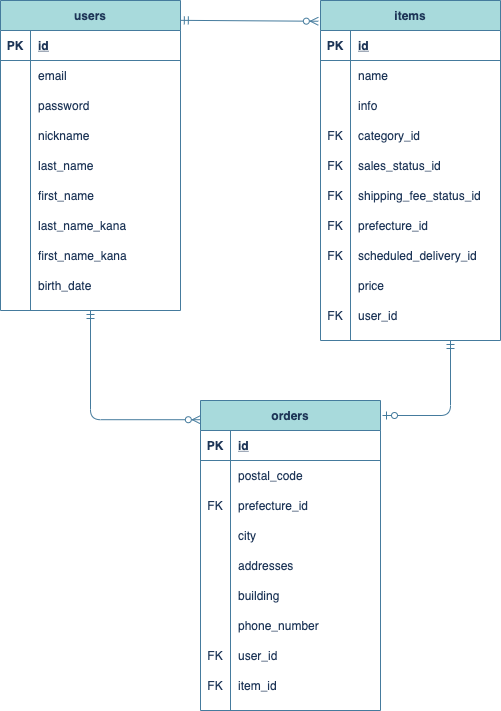
Earlier version of the draw.io export ER.png (tc-miyatani/furima-36213). Source tidied: cells renumbered, new cells last; positions are measured from the earlier drawing's top-left corner, leaving out a move shared by most shapes.
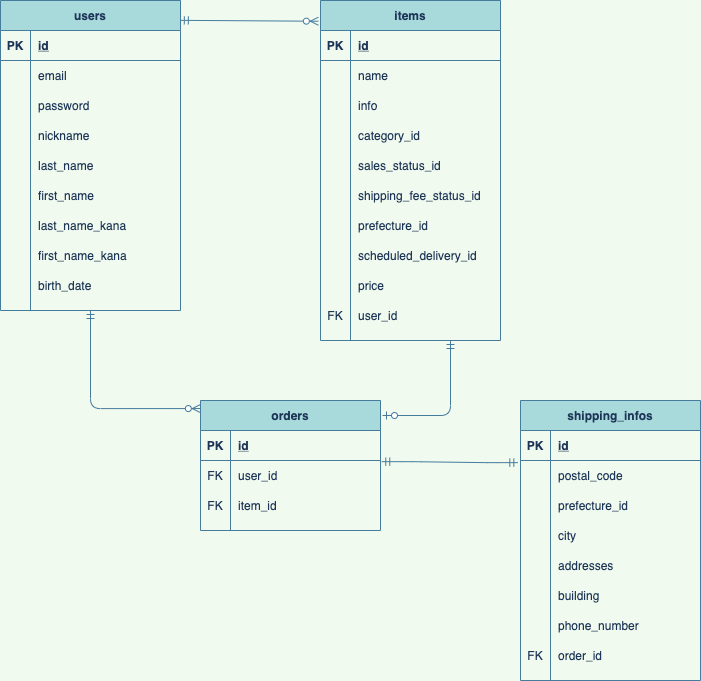
After the change.

Change to the diagram source:
```diff
@@ -1,4 +1,4 @@
-<mxGraphModel background="#ffffff">
+<mxGraphModel background="#F1FAEE">
   <root>
     <mxCell id="0" />
     <mxCell id="1" parent="0" />
@@ -119,7 +119,7 @@
     <mxCell id="40" style="shape=partialRectangle;fillColor=none;top=0;left=0;bottom=0;right=0;strokeColor=#457B9D;fontColor=#1D3557;" parent="30" vertex="1">
       <mxGeometry y="120" width="180" height="30" as="geometry" />
     </mxCell>
-    <mxCell id="41" value="FK" style="shape=partialRectangle;fillColor=none;top=0;left=0;bottom=0;right=0;overflow=hidden;strokeColor=#457B9D;fontColor=#1D3557;" parent="40" vertex="1">
+    <mxCell id="41" style="shape=partialRectangle;fillColor=none;top=0;left=0;bottom=0;right=0;overflow=hidden;strokeColor=#457B9D;fontColor=#1D3557;" parent="40" vertex="1">
       <mxGeometry width="30" height="30" as="geometry" />
     </mxCell>
     <mxCell id="42" value="category_id" style="shape=partialRectangle;fillColor=none;top=0;left=0;bottom=0;right=0;align=left;spacingLeft=6;overflow=hidden;strokeColor=#457B9D;fontColor=#1D3557;" parent="40" vertex="1">
@@ -128,7 +128,7 @@
     <mxCell id="43" style="shape=partialRectangle;fillColor=none;top=0;left=0;bottom=0;right=0;strokeColor=#457B9D;fontColor=#1D3557;" parent="30" vertex="1">
       <mxGeometry y="150" width="180" height="30" as="geometry" />
     </mxCell>
-    <mxCell id="44" value="FK" style="shape=partialRectangle;fillColor=none;top=0;left=0;bottom=0;right=0;overflow=hidden;strokeColor=#457B9D;fontColor=#1D3557;" parent="43" vertex="1">
+    <mxCell id="44" style="shape=partialRectangle;fillColor=none;top=0;left=0;bottom=0;right=0;overflow=hidden;strokeColor=#457B9D;fontColor=#1D3557;" parent="43" vertex="1">
       <mxGeometry width="30" height="30" as="geometry" />
     </mxCell>
     <mxCell id="45" value="sales_status_id" style="shape=partialRectangle;fillColor=none;top=0;left=0;bottom=0;right=0;align=left;spacingLeft=6;overflow=hidden;strokeColor=#457B9D;fontColor=#1D3557;" parent="43" vertex="1">
@@ -137,7 +137,7 @@
     <mxCell id="46" style="shape=partialRectangle;fillColor=none;top=0;left=0;bottom=0;right=0;strokeColor=#457B9D;fontColor=#1D3557;" parent="30" vertex="1">
       <mxGeometry y="180" width="180" height="30" as="geometry" />
     </mxCell>
-    <mxCell id="47" value="FK" style="shape=partialRectangle;fillColor=none;top=0;left=0;bottom=0;right=0;overflow=hidden;strokeColor=#457B9D;fontColor=#1D3557;" parent="46" vertex="1">
+    <mxCell id="47" style="shape=partialRectangle;fillColor=none;top=0;left=0;bottom=0;right=0;overflow=hidden;strokeColor=#457B9D;fontColor=#1D3557;" parent="46" vertex="1">
       <mxGeometry width="30" height="30" as="geometry" />
     </mxCell>
     <mxCell id="48" value="shipping_fee_status_id" style="shape=partialRectangle;fillColor=none;top=0;left=0;bottom=0;right=0;align=left;spacingLeft=6;overflow=hidden;strokeColor=#457B9D;fontColor=#1D3557;" parent="46" vertex="1">
@@ -146,7 +146,7 @@
     <mxCell id="49" style="shape=partialRectangle;fillColor=none;top=0;left=0;bottom=0;right=0;strokeColor=#457B9D;fontColor=#1D3557;" parent="30" vertex="1">
       <mxGeometry y="210" width="180" height="30" as="geometry" />
     </mxCell>
-    <mxCell id="50" value="FK" style="shape=partialRectangle;fillColor=none;top=0;left=0;bottom=0;right=0;overflow=hidden;strokeColor=#457B9D;fontColor=#1D3557;" parent="49" vertex="1">
+    <mxCell id="50" style="shape=partialRectangle;fillColor=none;top=0;left=0;bottom=0;right=0;overflow=hidden;strokeColor=#457B9D;fontColor=#1D3557;" parent="49" vertex="1">
       <mxGeometry width="30" height="30" as="geometry" />
     </mxCell>
     <mxCell id="51" value="prefecture_id" style="shape=partialRectangle;fillColor=none;top=0;left=0;bottom=0;right=0;align=left;spacingLeft=6;overflow=hidden;strokeColor=#457B9D;fontColor=#1D3557;" parent="49" vertex="1">
@@ -155,7 +155,7 @@
     <mxCell id="52" style="shape=partialRectangle;fillColor=none;top=0;left=0;bottom=0;right=0;strokeColor=#457B9D;fontColor=#1D3557;" parent="30" vertex="1">
       <mxGeometry y="240" width="180" height="30" as="geometry" />
     </mxCell>
-    <mxCell id="53" value="FK" style="shape=partialRectangle;fillColor=none;top=0;left=0;bottom=0;right=0;overflow=hidden;strokeColor=#457B9D;fontColor=#1D3557;" parent="52" vertex="1">
+    <mxCell id="53" style="shape=partialRectangle;fillColor=none;top=0;left=0;bottom=0;right=0;overflow=hidden;strokeColor=#457B9D;fontColor=#1D3557;" parent="52" vertex="1">
       <mxGeometry width="30" height="30" as="geometry" />
     </mxCell>
     <mxCell id="54" value="scheduled_delivery_id" style="shape=partialRectangle;fillColor=none;top=0;left=0;bottom=0;right=0;align=left;spacingLeft=6;overflow=hidden;strokeColor=#457B9D;fontColor=#1D3557;" parent="52" vertex="1">
@@ -180,7 +180,7 @@
       <mxGeometry x="30" width="150" height="30" as="geometry" />
     </mxCell>
     <mxCell id="61" value="orders" style="shape=table;startSize=30;rowLines=0;fontStyle=1;align=center;fillColor=#A8DADC;strokeColor=#457B9D;fontColor=#1D3557;" parent="1" vertex="1">
-      <mxGeometry x="200" y="400" width="180" height="310" as="geometry" />
+      <mxGeometry x="200" y="400" width="180" height="130" as="geometry" />
     </mxCell>
     <mxCell id="62" style="shape=partialRectangle;fillColor=none;top=0;left=0;bottom=1;right=0;strokeColor=#457B9D;fontColor=#1D3557;" parent="61" vertex="1">
       <mxGeometry y="30" width="180" height="30" as="geometry" />
@@ -191,62 +191,8 @@
     <mxCell id="64" value="id" style="shape=partialRectangle;fillColor=none;top=0;left=0;bottom=0;right=0;align=left;spacingLeft=6;fontStyle=5;overflow=hidden;strokeColor=#457B9D;fontColor=#1D3557;" parent="62" vertex="1">
       <mxGeometry x="30" width="150" height="30" as="geometry" />
     </mxCell>
-    <mxCell id="65" style="shape=partialRectangle;fillColor=none;top=0;left=0;bottom=0;right=0;strokeColor=#457B9D;fontColor=#1D3557;" parent="61" vertex="1">
-      <mxGeometry y="60" width="180" height="30" as="geometry" />
-    </mxCell>
-    <mxCell id="66" style="shape=partialRectangle;fillColor=none;top=0;left=0;bottom=0;right=0;overflow=hidden;strokeColor=#457B9D;fontColor=#1D3557;" parent="65" vertex="1">
-      <mxGeometry width="30" height="30" as="geometry" />
-    </mxCell>
-    <mxCell id="67" value="postal_code" style="shape=partialRectangle;fillColor=none;top=0;left=0;bottom=0;right=0;align=left;spacingLeft=6;overflow=hidden;strokeColor=#457B9D;fontColor=#1D3557;" parent="65" vertex="1">
-      <mxGeometry x="30" width="150" height="30" as="geometry" />
-    </mxCell>
-    <mxCell id="68" style="shape=partialRectangle;fillColor=none;top=0;left=0;bottom=0;right=0;strokeColor=#457B9D;fontColor=#1D3557;" parent="61" vertex="1">
-      <mxGeometry y="90" width="180" height="30" as="geometry" />
-    </mxCell>
-    <mxCell id="69" value="FK" style="shape=partialRectangle;fillColor=none;top=0;left=0;bottom=0;right=0;overflow=hidden;strokeColor=#457B9D;fontColor=#1D3557;" parent="68" vertex="1">
-      <mxGeometry width="30" height="30" as="geometry" />
-    </mxCell>
-    <mxCell id="70" value="prefecture_id" style="shape=partialRectangle;fillColor=none;top=0;left=0;bottom=0;right=0;align=left;spacingLeft=6;overflow=hidden;strokeColor=#457B9D;fontColor=#1D3557;" parent="68" vertex="1">
-      <mxGeometry x="30" width="150" height="30" as="geometry" />
-    </mxCell>
-    <mxCell id="71" style="shape=partialRectangle;fillColor=none;top=0;left=0;bottom=0;right=0;strokeColor=#457B9D;fontColor=#1D3557;" parent="61" vertex="1">
-      <mxGeometry y="120" width="180" height="30" as="geometry" />
-    </mxCell>
-    <mxCell id="72" style="shape=partialRectangle;fillColor=none;top=0;left=0;bottom=0;right=0;overflow=hidden;strokeColor=#457B9D;fontColor=#1D3557;" parent="71" vertex="1">
-      <mxGeometry width="30" height="30" as="geometry" />
-    </mxCell>
-    <mxCell id="73" value="city" style="shape=partialRectangle;fillColor=none;top=0;left=0;bottom=0;right=0;align=left;spacingLeft=6;overflow=hidden;strokeColor=#457B9D;fontColor=#1D3557;" parent="71" vertex="1">
-      <mxGeometry x="30" width="150" height="30" as="geometry" />
-    </mxCell>
-    <mxCell id="74" style="shape=partialRectangle;fillColor=none;top=0;left=0;bottom=0;right=0;strokeColor=#457B9D;fontColor=#1D3557;" parent="61" vertex="1">
-      <mxGeometry y="150" width="180" height="30" as="geometry" />
-    </mxCell>
-    <mxCell id="75" style="shape=partialRectangle;fillColor=none;top=0;left=0;bottom=0;right=0;overflow=hidden;strokeColor=#457B9D;fontColor=#1D3557;" parent="74" vertex="1">
-      <mxGeometry width="30" height="30" as="geometry" />
-    </mxCell>
-    <mxCell id="76" value="addresses" style="shape=partialRectangle;fillColor=none;top=0;left=0;bottom=0;right=0;align=left;spacingLeft=6;overflow=hidden;strokeColor=#457B9D;fontColor=#1D3557;" parent="74" vertex="1">
-      <mxGeometry x="30" width="150" height="30" as="geometry" />
-    </mxCell>
-    <mxCell id="77" style="shape=partialRectangle;fillColor=none;top=0;left=0;bottom=0;right=0;strokeColor=#457B9D;fontColor=#1D3557;" parent="61" vertex="1">
-      <mxGeometry y="180" width="180" height="30" as="geometry" />
-    </mxCell>
-    <mxCell id="78" style="shape=partialRectangle;fillColor=none;top=0;left=0;bottom=0;right=0;overflow=hidden;strokeColor=#457B9D;fontColor=#1D3557;" parent="77" vertex="1">
-      <mxGeometry width="30" height="30" as="geometry" />
-    </mxCell>
-    <mxCell id="79" value="building" style="shape=partialRectangle;fillColor=none;top=0;left=0;bottom=0;right=0;align=left;spacingLeft=6;overflow=hidden;strokeColor=#457B9D;fontColor=#1D3557;" parent="77" vertex="1">
-      <mxGeometry x="30" width="150" height="30" as="geometry" />
-    </mxCell>
-    <mxCell id="80" style="shape=partialRectangle;fillColor=none;top=0;left=0;bottom=0;right=0;strokeColor=#457B9D;fontColor=#1D3557;" parent="61" vertex="1">
-      <mxGeometry y="210" width="180" height="30" as="geometry" />
-    </mxCell>
-    <mxCell id="81" style="shape=partialRectangle;fillColor=none;top=0;left=0;bottom=0;right=0;overflow=hidden;strokeColor=#457B9D;fontColor=#1D3557;" parent="80" vertex="1">
-      <mxGeometry width="30" height="30" as="geometry" />
-    </mxCell>
-    <mxCell id="82" value="phone_number" style="shape=partialRectangle;fillColor=none;top=0;left=0;bottom=0;right=0;align=left;spacingLeft=6;overflow=hidden;strokeColor=#457B9D;fontColor=#1D3557;" parent="80" vertex="1">
-      <mxGeometry x="30" width="150" height="30" as="geometry" />
-    </mxCell>
     <mxCell id="83" style="shape=partialRectangle;fillColor=none;top=0;left=0;bottom=0;right=0;points=[[0,0.5],[1,0.5]];portConstraint=eastwest;strokeColor=#457B9D;fontColor=#1D3557;" parent="61" vertex="1">
-      <mxGeometry y="240" width="180" height="30" as="geometry" />
+      <mxGeometry y="60" width="180" height="30" as="geometry" />
     </mxCell>
     <mxCell id="84" value="FK" style="shape=partialRectangle;fillColor=none;top=0;left=0;bottom=0;right=0;overflow=hidden;strokeColor=#457B9D;fontColor=#1D3557;" parent="83" vertex="1">
       <mxGeometry width="30" height="30" as="geometry" />
@@ -255,7 +201,7 @@
       <mxGeometry x="30" width="150" height="30" as="geometry" />
     </mxCell>
     <mxCell id="86" style="shape=partialRectangle;fillColor=none;top=0;left=0;bottom=0;right=0;strokeColor=#457B9D;fontColor=#1D3557;" parent="61" vertex="1">
-      <mxGeometry y="270" width="180" height="30" as="geometry" />
+      <mxGeometry y="90" width="180" height="30" as="geometry" />
     </mxCell>
     <mxCell id="87" value="FK" style="shape=partialRectangle;fillColor=none;top=0;left=0;bottom=0;right=0;overflow=hidden;strokeColor=#457B9D;fontColor=#1D3557;" parent="86" vertex="1">
       <mxGeometry width="30" height="30" as="geometry" />
@@ -263,13 +209,13 @@
     <mxCell id="88" value="item_id" style="shape=partialRectangle;fillColor=none;top=0;left=0;bottom=0;right=0;align=left;spacingLeft=6;overflow=hidden;strokeColor=#457B9D;fontColor=#1D3557;" parent="86" vertex="1">
       <mxGeometry x="30" width="150" height="30" as="geometry" />
     </mxCell>
-    <mxCell id="89" style="fontSize=12;html=1;endArrow=ERzeroToMany;startArrow=ERmandOne;entryX=-0.012;entryY=0.061;entryDx=0;entryDy=0;labelBackgroundColor=#F1FAEE;strokeColor=#457B9D;fontColor=#1D3557;entryPerimeter=0;exitX=0.999;exitY=0.064;exitDx=0;exitDy=0;exitPerimeter=0;" parent="1" edge="1" source="2" target="30">
+    <mxCell id="89" style="fontSize=12;html=1;endArrow=ERzeroToMany;startArrow=ERmandOne;entryX=-0.012;entryY=0.061;entryDx=0;entryDy=0;strokeColor=#457B9D;fontColor=#1D3557;entryPerimeter=0;exitX=0.999;exitY=0.064;exitDx=0;exitDy=0;exitPerimeter=0;labelBackgroundColor=#F1FAEE;" parent="1" edge="1" source="2" target="30">
       <mxGeometry relative="1" as="geometry" />
     </mxCell>
-    <mxCell id="90" style="fontSize=12;html=1;endArrow=ERzeroToMany;startArrow=ERmandOne;labelBackgroundColor=#F1FAEE;strokeColor=#457B9D;fontColor=#1D3557;edgeStyle=orthogonalEdgeStyle;exitX=0.5;exitY=1;exitDx=0;exitDy=0;entryX=-0.001;entryY=0.062;entryDx=0;entryDy=0;entryPerimeter=0;" parent="1" edge="1" source="2" target="61">
+    <mxCell id="90" style="fontSize=12;html=1;endArrow=ERzeroToMany;startArrow=ERmandOne;strokeColor=#457B9D;fontColor=#1D3557;edgeStyle=orthogonalEdgeStyle;exitX=0.5;exitY=1;exitDx=0;exitDy=0;entryX=-0.001;entryY=0.062;entryDx=0;entryDy=0;entryPerimeter=0;labelBackgroundColor=#F1FAEE;" parent="1" edge="1" source="2" target="61">
       <mxGeometry relative="1" as="geometry" />
     </mxCell>
-    <mxCell id="91" style="fontSize=12;html=1;endArrow=ERzeroToOne;startArrow=ERmandOne;labelBackgroundColor=#F1FAEE;strokeColor=#457B9D;fontColor=#1D3557;edgeStyle=orthogonalEdgeStyle;" parent="1" edge="1">
+    <mxCell id="91" style="fontSize=12;html=1;endArrow=ERzeroToOne;startArrow=ERmandOne;strokeColor=#457B9D;fontColor=#1D3557;edgeStyle=orthogonalEdgeStyle;labelBackgroundColor=#F1FAEE;" parent="1" edge="1">
       <mxGeometry relative="1" as="geometry">
         <mxPoint x="450" y="340" as="sourcePoint" />
         <mxPoint x="382" y="415" as="targetPoint" />
@@ -278,5 +224,83 @@
         </Array>
       </mxGeometry>
     </mxCell>
+    <mxCell id="92" value="shipping_infos" style="shape=table;startSize=30;rowLines=0;fontStyle=1;align=center;fillColor=#A8DADC;strokeColor=#457B9D;fontColor=#1D3557;" parent="1" vertex="1">
+      <mxGeometry x="520" y="400" width="180" height="280" as="geometry" />
+    </mxCell>
+    <mxCell id="93" style="shape=partialRectangle;fillColor=none;top=0;left=0;bottom=1;right=0;points=[[0,0.5],[1,0.5]];portConstraint=eastwest;strokeColor=#457B9D;fontColor=#1D3557;" parent="92" vertex="1">
+      <mxGeometry y="30" width="180" height="30" as="geometry" />
+    </mxCell>
+    <mxCell id="94" value="PK" style="shape=partialRectangle;fillColor=none;top=0;left=0;bottom=0;right=0;fontStyle=1;overflow=hidden;strokeColor=#457B9D;fontColor=#1D3557;" parent="93" vertex="1">
+      <mxGeometry width="30" height="30" as="geometry" />
+    </mxCell>
+    <mxCell id="95" value="id" style="shape=partialRectangle;fillColor=none;top=0;left=0;bottom=0;right=0;align=left;spacingLeft=6;fontStyle=5;overflow=hidden;strokeColor=#457B9D;fontColor=#1D3557;" parent="93" vertex="1">
+      <mxGeometry x="30" width="150" height="30" as="geometry" />
+    </mxCell>
+    <mxCell id="65" style="shape=partialRectangle;fillColor=none;top=0;left=0;bottom=0;right=0;strokeColor=#457B9D;fontColor=#1D3557;" parent="92" vertex="1">
+      <mxGeometry y="60" width="180" height="30" as="geometry" />
+    </mxCell>
+    <mxCell id="96" style="shape=partialRectangle;fillColor=none;top=0;left=0;bottom=0;right=0;overflow=hidden;strokeColor=#457B9D;fontColor=#1D3557;" parent="65" vertex="1">
+      <mxGeometry width="30" height="30" as="geometry" />
+    </mxCell>
+    <mxCell id="67" value="postal_code" style="shape=partialRectangle;fillColor=none;top=0;left=0;bottom=0;right=0;align=left;spacingLeft=6;overflow=hidden;strokeColor=#457B9D;fontColor=#1D3557;" parent="65" vertex="1">
+      <mxGeometry x="30" width="150" height="30" as="geometry" />
+    </mxCell>
+    <mxCell id="68" style="shape=partialRectangle;fillColor=none;top=0;left=0;bottom=0;right=0;strokeColor=#457B9D;fontColor=#1D3557;" parent="92" vertex="1">
+      <mxGeometry y="90" width="180" height="30" as="geometry" />
+    </mxCell>
+    <mxCell id="97" style="shape=partialRectangle;fillColor=none;top=0;left=0;bottom=0;right=0;overflow=hidden;strokeColor=#457B9D;fontColor=#1D3557;" parent="68" vertex="1">
+      <mxGeometry width="30" height="30" as="geometry" />
+    </mxCell>
+    <mxCell id="70" value="prefecture_id" style="shape=partialRectangle;fillColor=none;top=0;left=0;bottom=0;right=0;align=left;spacingLeft=6;overflow=hidden;strokeColor=#457B9D;fontColor=#1D3557;" parent="68" vertex="1">
+      <mxGeometry x="30" width="150" height="30" as="geometry" />
+    </mxCell>
+    <mxCell id="71" style="shape=partialRectangle;fillColor=none;top=0;left=0;bottom=0;right=0;strokeColor=#457B9D;fontColor=#1D3557;" parent="92" vertex="1">
+      <mxGeometry y="120" width="180" height="30" as="geometry" />
+    </mxCell>
+    <mxCell id="98" style="shape=partialRectangle;fillColor=none;top=0;left=0;bottom=0;right=0;overflow=hidden;strokeColor=#457B9D;fontColor=#1D3557;" parent="71" vertex="1">
+      <mxGeometry width="30" height="30" as="geometry" />
+    </mxCell>
+    <mxCell id="73" value="city" style="shape=partialRectangle;fillColor=none;top=0;left=0;bottom=0;right=0;align=left;spacingLeft=6;overflow=hidden;strokeColor=#457B9D;fontColor=#1D3557;" parent="71" vertex="1">
+      <mxGeometry x="30" width="150" height="30" as="geometry" />
+    </mxCell>
+    <mxCell id="74" style="shape=partialRectangle;fillColor=none;top=0;left=0;bottom=0;right=0;strokeColor=#457B9D;fontColor=#1D3557;" parent="92" vertex="1">
+      <mxGeometry y="150" width="180" height="30" as="geometry" />
+    </mxCell>
+    <mxCell id="99" style="shape=partialRectangle;fillColor=none;top=0;left=0;bottom=0;right=0;overflow=hidden;strokeColor=#457B9D;fontColor=#1D3557;" parent="74" vertex="1">
+      <mxGeometry width="30" height="30" as="geometry" />
+    </mxCell>
+    <mxCell id="76" value="addresses" style="shape=partialRectangle;fillColor=none;top=0;left=0;bottom=0;right=0;align=left;spacingLeft=6;overflow=hidden;strokeColor=#457B9D;fontColor=#1D3557;" parent="74" vertex="1">
+      <mxGeometry x="30" width="150" height="30" as="geometry" />
+    </mxCell>
+    <mxCell id="77" style="shape=partialRectangle;fillColor=none;top=0;left=0;bottom=0;right=0;strokeColor=#457B9D;fontColor=#1D3557;" parent="92" vertex="1">
+      <mxGeometry y="180" width="180" height="30" as="geometry" />
+    </mxCell>
+    <mxCell id="100" style="shape=partialRectangle;fillColor=none;top=0;left=0;bottom=0;right=0;overflow=hidden;strokeColor=#457B9D;fontColor=#1D3557;" parent="77" vertex="1">
+      <mxGeometry width="30" height="30" as="geometry" />
+    </mxCell>
+    <mxCell id="79" value="building" style="shape=partialRectangle;fillColor=none;top=0;left=0;bottom=0;right=0;align=left;spacingLeft=6;overflow=hidden;strokeColor=#457B9D;fontColor=#1D3557;" parent="77" vertex="1">
+      <mxGeometry x="30" width="150" height="30" as="geometry" />
+    </mxCell>
+    <mxCell id="80" style="shape=partialRectangle;fillColor=none;top=0;left=0;bottom=0;right=0;strokeColor=#457B9D;fontColor=#1D3557;" parent="92" vertex="1">
+      <mxGeometry y="210" width="180" height="30" as="geometry" />
+    </mxCell>
+    <mxCell id="101" style="shape=partialRectangle;fillColor=none;top=0;left=0;bottom=0;right=0;overflow=hidden;strokeColor=#457B9D;fontColor=#1D3557;" parent="80" vertex="1">
+      <mxGeometry width="30" height="30" as="geometry" />
+    </mxCell>
+    <mxCell id="82" value="phone_number" style="shape=partialRectangle;fillColor=none;top=0;left=0;bottom=0;right=0;align=left;spacingLeft=6;overflow=hidden;strokeColor=#457B9D;fontColor=#1D3557;" parent="80" vertex="1">
+      <mxGeometry x="30" width="150" height="30" as="geometry" />
+    </mxCell>
+    <mxCell id="102" style="shape=partialRectangle;fillColor=none;top=0;left=0;bottom=0;right=0;strokeColor=#457B9D;fontColor=#1D3557;" parent="92" vertex="1">
+      <mxGeometry y="240" width="180" height="30" as="geometry" />
+    </mxCell>
+    <mxCell id="69" value="FK" style="shape=partialRectangle;fillColor=none;top=0;left=0;bottom=0;right=0;overflow=hidden;strokeColor=#457B9D;fontColor=#1D3557;" parent="102" vertex="1">
+      <mxGeometry width="30" height="30" as="geometry" />
+    </mxCell>
+    <mxCell id="103" value="order_id" style="shape=partialRectangle;fillColor=none;top=0;left=0;bottom=0;right=0;align=left;spacingLeft=6;overflow=hidden;strokeColor=#457B9D;fontColor=#1D3557;" parent="102" vertex="1">
+      <mxGeometry x="30" width="150" height="30" as="geometry" />
+    </mxCell>
+    <mxCell id="104" style="edgeStyle=entityRelationEdgeStyle;fontSize=12;html=1;endArrow=ERmandOne;startArrow=ERmandOne;exitX=1.007;exitY=0.039;exitDx=0;exitDy=0;exitPerimeter=0;fillColor=#A8DADC;strokeColor=#457B9D;labelBackgroundColor=#F1FAEE;fontColor=#1D3557;entryX=-0.015;entryY=1.072;entryDx=0;entryDy=0;entryPerimeter=0;" parent="1" edge="1" source="83" target="93">
+      <mxGeometry relative="1" as="geometry" />
+    </mxCell>
   </root>
 </mxGraphModel>
```
